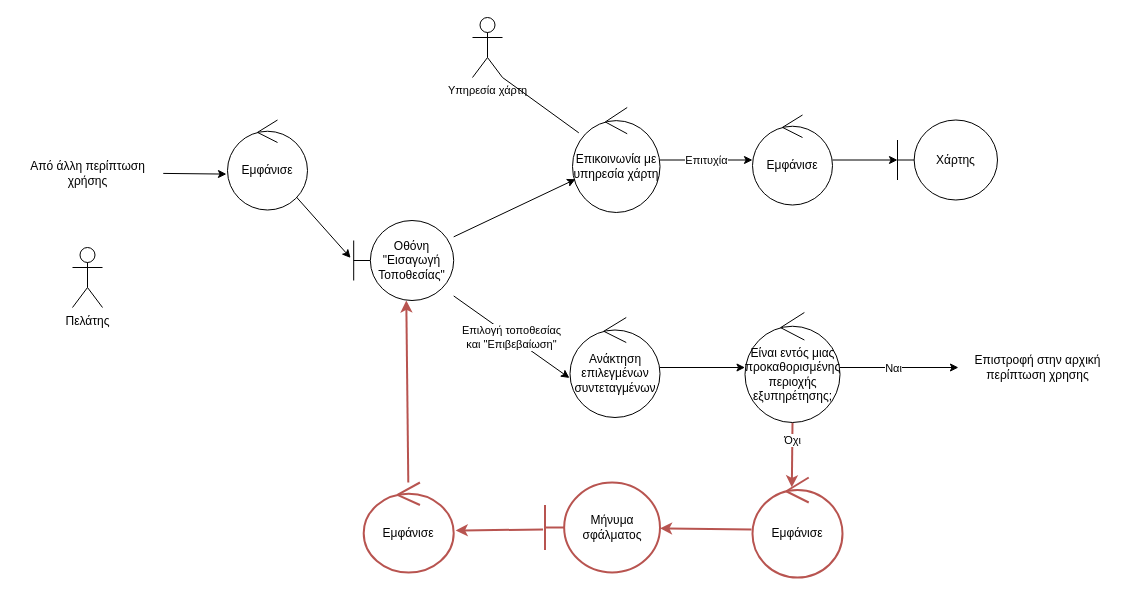
The draw.io diagram Part_4/Robustness/diagrams/13_Εισαγωγή_Τοποθεσίας.drawio in Nikolis2002/texnoligia_logismikou, before the edit. Source tidied: cells renumbered, new cells numbered last; positions are measured from the earlier drawing's top-left corner, leaving out a move shared by most shapes. Both pictures are drawn from the tidied source at 100%, with x=0, y=0 at pixel (17, 17).
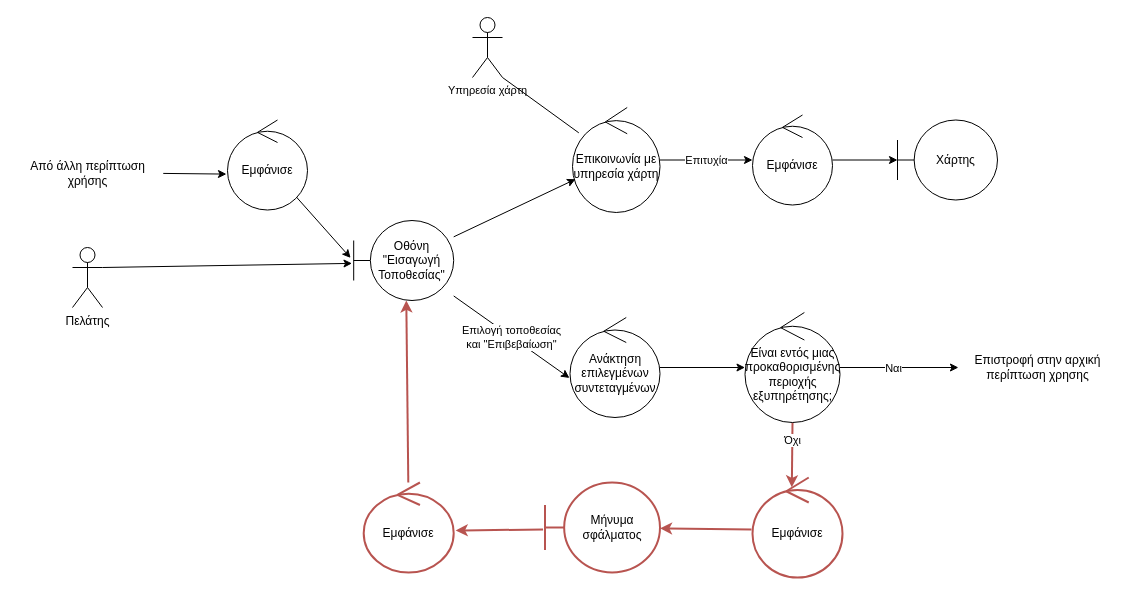
Above is the later version.

The change refers to these unchanged cells:
```xml
<mxCell id="3" value="Πελάτης" style="shape=umlActor;verticalLabelPosition=bottom;verticalAlign=top;html=1;" parent="1" vertex="1">
  <mxGeometry x="55" y="230" width="30" height="60" as="geometry" />
</mxCell>
<mxCell id="31" value="Οθόνη &quot;Εισαγωγή Τοποθεσίας&quot;" style="shape=umlBoundary;whiteSpace=wrap;html=1;" parent="1" vertex="1">
  <mxGeometry x="336.2" y="203" width="100" height="80" as="geometry" />
</mxCell>
```

Change to the diagram source:
```diff
@@
-    <mxCell id="2" style="edgeStyle=none;html=1;strokeColor=#FFFFFF;exitX=1;exitY=0.3333333333333333;exitDx=0;exitDy=0;exitPerimeter=0;entryX=-0.035;entryY=0.562;entryDx=0;entryDy=0;entryPerimeter=0;" parent="1" edge="1" source="3" target="31">
+    <mxCell id="2" style="edgeStyle=none;html=1;exitX=1;exitY=0.3333333333333333;exitDx=0;exitDy=0;exitPerimeter=0;entryX=-0.017;entryY=0.536;entryDx=0;entryDy=0;entryPerimeter=0;" parent="1" edge="1" source="3" target="31">
       <mxGeometry relative="1" as="geometry" />
     </mxCell>
```
